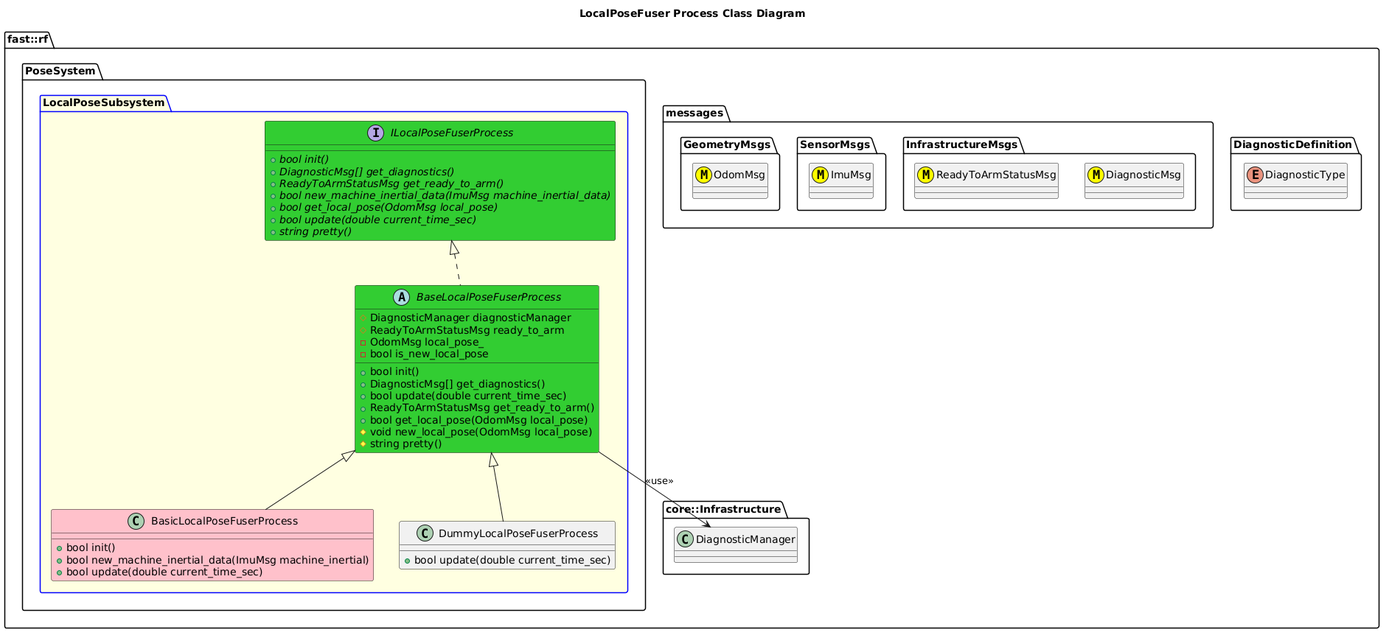
This is Systems/Pose/Subsystems/LocalPose/Processes/LocalPoseFuser/doc/puml/LocalPoseFuserProcessClassDiagram.png from fastrobotics/robot_framework, a PlantUML export, as it was before one commit.
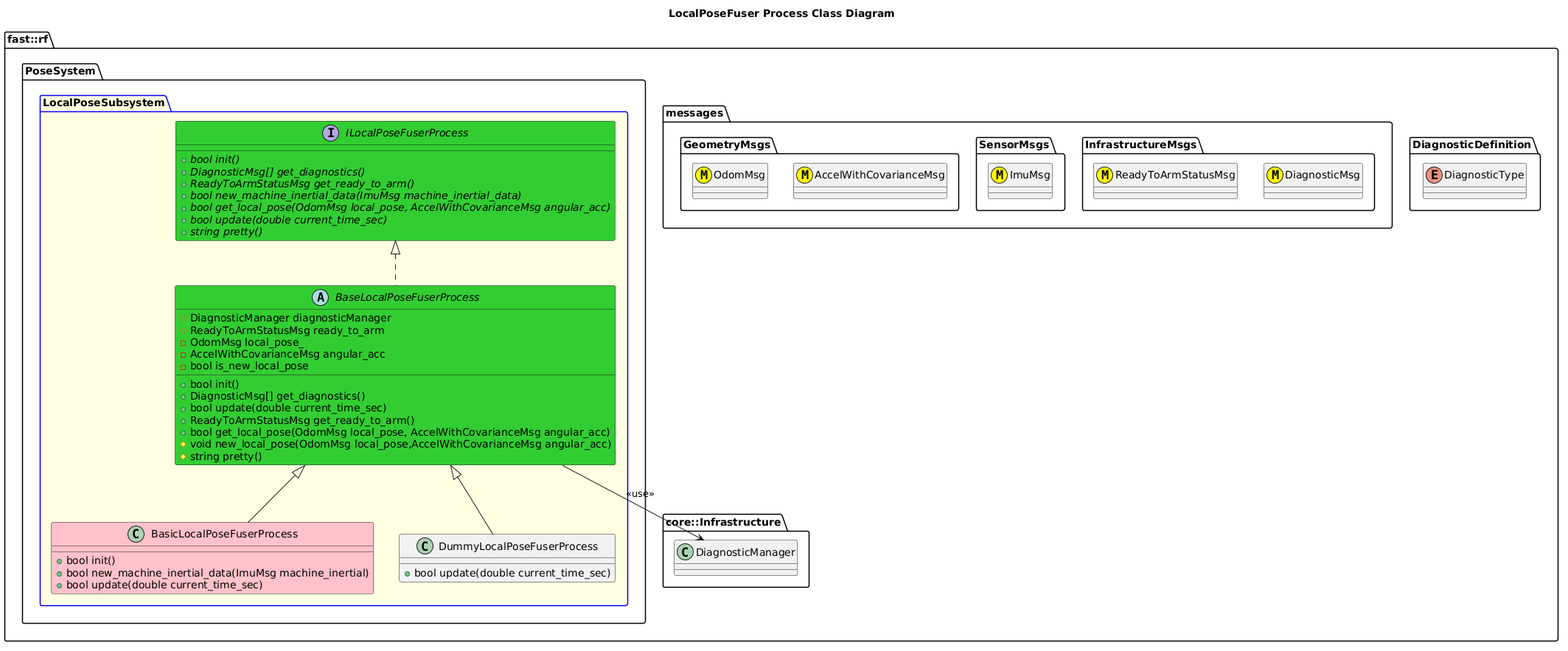
After the commit.

Diff of the diagram source:
```diff
@@ -14,6 +14,7 @@
       class ImuMsg <<(M,#FFFF00)>>
     }
     namespace GeometryMsgs {
+      class AccelWithCovarianceMsg <<(M,#FFFF00)>>
       class OdomMsg <<(M,#FFFF00)>>
     }
   }
@@ -27,7 +28,7 @@
           +{abstract} DiagnosticMsg[] get_diagnostics()
           +{abstract} ReadyToArmStatusMsg get_ready_to_arm()
           +{abstract} bool new_machine_inertial_data(ImuMsg machine_inertial_data)
-          +{abstract} bool get_local_pose(OdomMsg local_pose)
+          +{abstract} bool get_local_pose(OdomMsg local_pose, AccelWithCovarianceMsg angular_acc)
           +{abstract} bool update(double current_time_sec)
           +{abstract} string pretty()
         }
@@ -36,12 +37,13 @@
           +DiagnosticMsg[] get_diagnostics()
           +bool update(double current_time_sec)
           +ReadyToArmStatusMsg get_ready_to_arm()
-          +bool get_local_pose(OdomMsg local_pose)
-          #void new_local_pose(OdomMsg local_pose)
+          +bool get_local_pose(OdomMsg local_pose, AccelWithCovarianceMsg angular_acc)
+          #void new_local_pose(OdomMsg local_pose,AccelWithCovarianceMsg angular_acc)
           #string pretty()
           #DiagnosticManager diagnosticManager
           #ReadyToArmStatusMsg ready_to_arm
           -OdomMsg local_pose_
+          -AccelWithCovarianceMsg angular_acc
           -bool is_new_local_pose
 
         }
```
